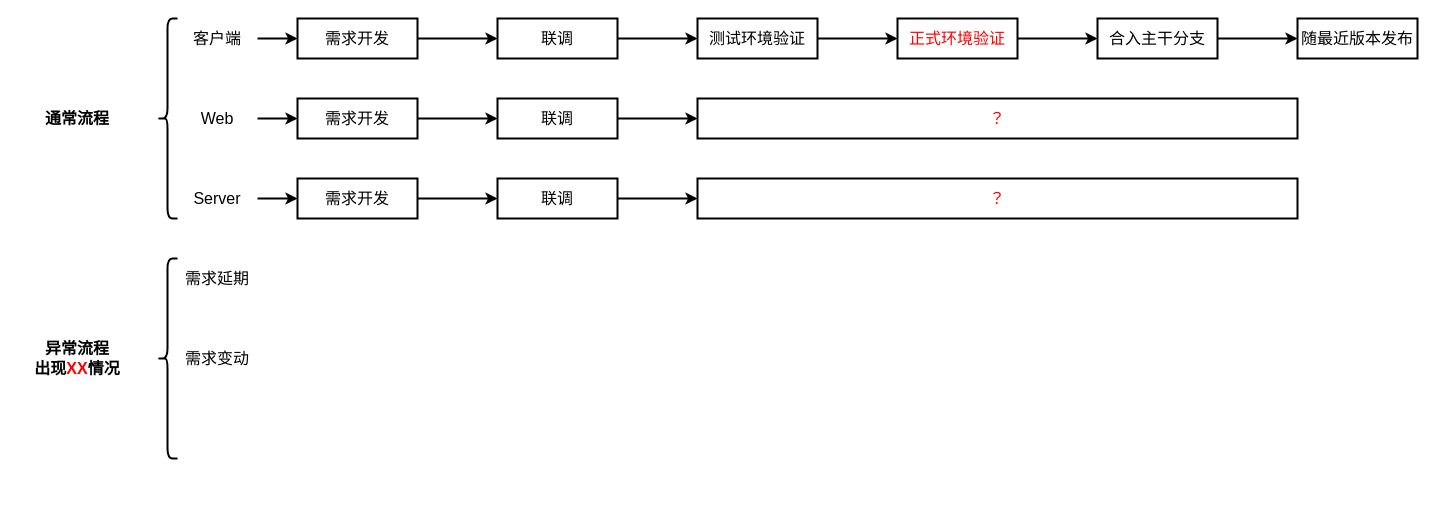
Cmdone/Draw.io keeps this draw.io diagram as C/W/S流程说明.drawio. Above is the earlier version. Source tidied: cells renumbered, new cells numbered last; positions are measured from the earlier drawing's top-left corner, leaving out a move shared by most shapes. Both pictures are drawn from the tidied source at 100%, with x=0, y=0 at pixel (17, 18).
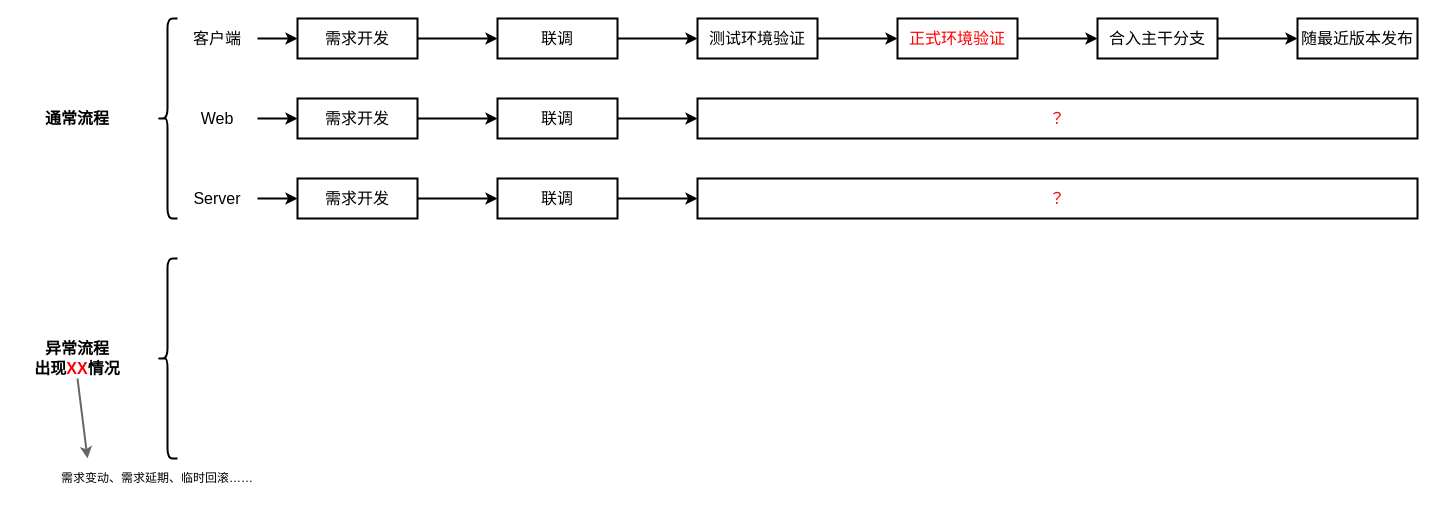
Above is the later version.

Commit message:
更新C/W/S流程说明.drawio

Unchanged cells that the change refers to:
```xml
<mxCell id="31" value="&lt;font color=&quot;#000000&quot;&gt;异常流程&lt;br&gt;出现&lt;/font&gt;XX&lt;font color=&quot;#000000&quot;&gt;情况&lt;br&gt;&lt;/font&gt;" style="text;html=1;strokeColor=none;fillColor=none;align=center;verticalAlign=middle;whiteSpace=wrap;rounded=0;fontSize=16;fontColor=#FF0000;fontStyle=1;" parent="1" vertex="1">
  <mxGeometry y="320" width="120" height="40" as="geometry" />
</mxCell>
```

Change to the diagram source:
```diff
@@
     <mxCell id="27" value="&lt;font color=&quot;#ff0000&quot;&gt;？&lt;/font&gt;" style="rounded=0;whiteSpace=wrap;html=1;fontSize=16;strokeWidth=2;fillColor=none;" parent="1" vertex="1">
-      <mxGeometry x="680" y="80" width="600" height="40" as="geometry" />
+      <mxGeometry x="680" y="80" width="720" height="40" as="geometry" />
     </mxCell>
     <mxCell id="28" value="&lt;font color=&quot;#ff0000&quot;&gt;？&lt;/font&gt;" style="rounded=0;whiteSpace=wrap;html=1;fontSize=16;strokeWidth=2;fillColor=none;" parent="1" vertex="1">
-      <mxGeometry x="680" y="160" width="600" height="40" as="geometry" />
+      <mxGeometry x="680" y="160" width="720" height="40" as="geometry" />
     </mxCell>
@@
+    <mxCell id="35" style="rounded=0;jettySize=auto;html=1;exitX=0.5;exitY=1;exitDx=0;exitDy=0;entryX=0.25;entryY=0;entryDx=0;entryDy=0;fontSize=12;fontColor=#FF0000;strokeColor=#666666;strokeWidth=2;fillColor=#f5f5f5;" parent="1" edge="1" source="31" target="36">
+      <mxGeometry relative="1" as="geometry" />
+    </mxCell>
@@
-    <mxCell id="33" value="&lt;span style=&quot;font-size: 16px;&quot;&gt;需求延期&lt;/span&gt;" style="text;html=1;strokeColor=none;fillColor=none;align=center;verticalAlign=middle;whiteSpace=wrap;rounded=0;" parent="1" vertex="1">
-      <mxGeometry x="160" y="240" width="80" height="40" as="geometry" />
-    </mxCell>
-    <mxCell id="34" value="&lt;span style=&quot;font-size: 16px;&quot;&gt;需求变动&lt;/span&gt;" style="text;html=1;strokeColor=none;fillColor=none;align=center;verticalAlign=middle;whiteSpace=wrap;rounded=0;" parent="1" vertex="1">
-      <mxGeometry x="160" y="320" width="80" height="40" as="geometry" />
-    </mxCell>
+    <mxCell id="36" value="&lt;span style=&quot;color: rgb(0, 0, 0); font-size: 12px;&quot;&gt;需求变动、&lt;/span&gt;&lt;font color=&quot;#000000&quot; style=&quot;font-size: 12px;&quot;&gt;需求延期、临时回滚……&lt;br style=&quot;font-size: 12px;&quot;&gt;&lt;/font&gt;" style="text;html=1;strokeColor=none;fillColor=none;align=center;verticalAlign=middle;whiteSpace=wrap;rounded=0;fontSize=12;fontColor=#FF0000;fontStyle=0;" parent="1" vertex="1">
+      <mxGeometry y="440" width="280" height="40" as="geometry" />
+    </mxCell>
```
